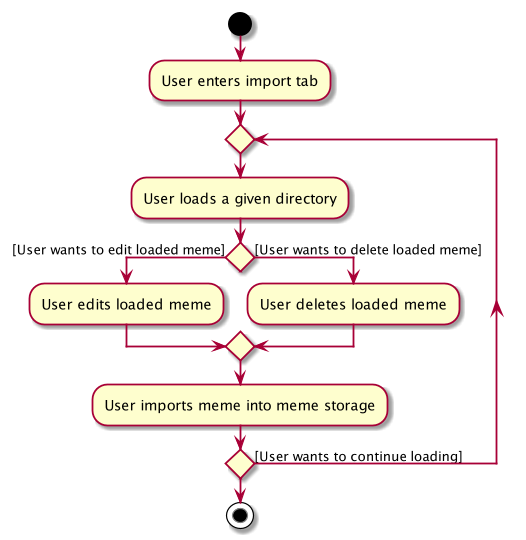
Before: docs/images/ImportActivityDiagram.png, a diagram exported from PlantUML (nus-cs2103-AY1920S1/addressbook-level3).
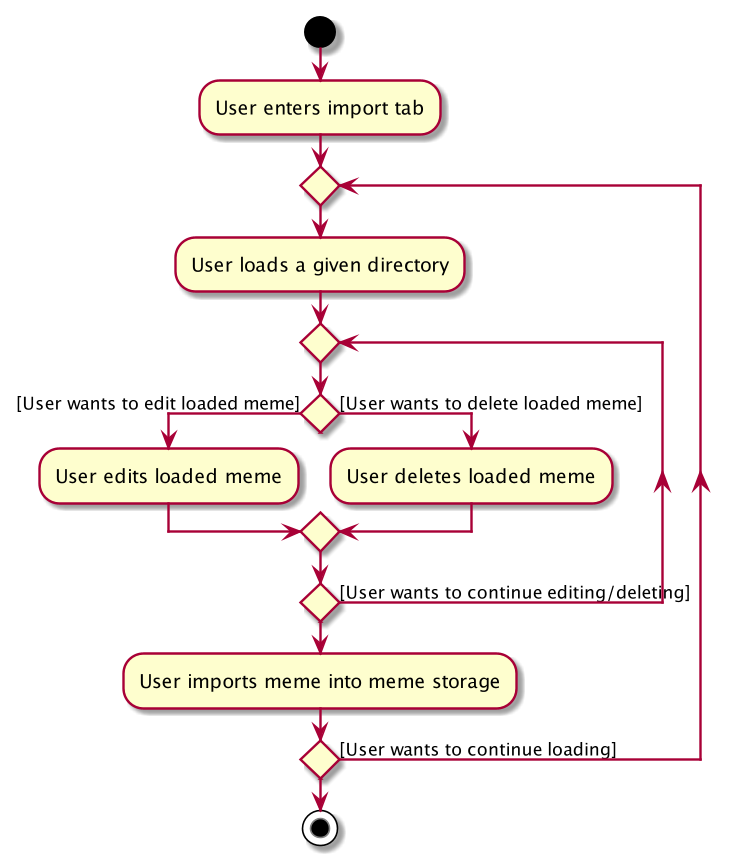
The same file after the commit.

The edit, as a diff of the source:
```diff
@@ -5,11 +5,15 @@
 
 repeat
 :User loads a given directory;
+repeat
 if () then ([User wants to edit loaded meme])
     :User edits loaded meme;
 else ([User wants to delete loaded meme])
     :User deletes loaded meme;
 endif
+
+repeat while () is ([User wants to continue editing/deleting])
+
 :User imports meme into meme storage;
 
 repeat while () is ([User wants to continue loading])
```
